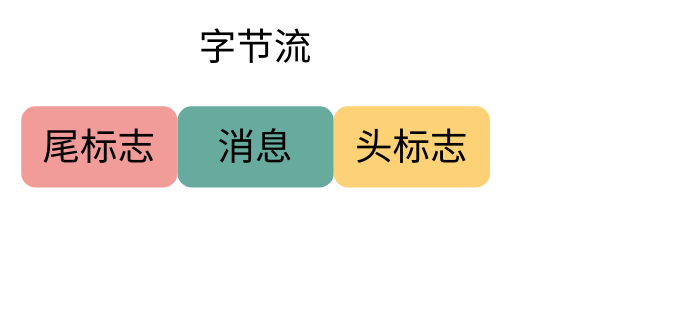
xiaobaiTech/image keeps this draw.io diagram as network/二进制字节流.drawio. Above is the earlier version. Source tidied: cells renumbered, new cells numbered last; positions are measured from the earlier drawing's top-left corner, leaving out a move shared by most shapes. Both pictures are drawn from the tidied source at 125%, with x=0, y=0 at pixel (24, 21).
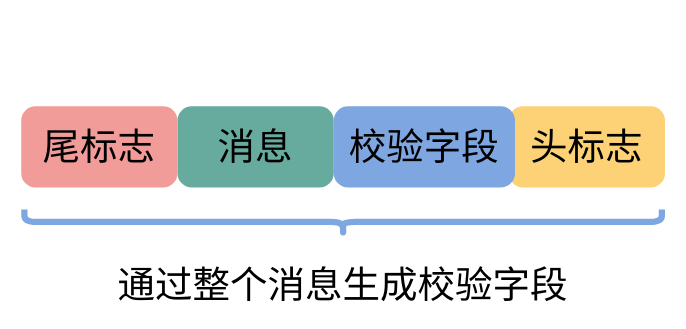
Above is the later version.

Commit message:
Update 二进制字节流.drawio

Change to the diagram source:
```diff
@@
 <mxGraphModel background="#ffffff">
   <root>
     <mxCell id="0" />
     <mxCell id="1" parent="0" />
-    <mxCell id="2" value="字节流" style="text;html=1;strokeColor=none;fillColor=none;align=center;verticalAlign=middle;whiteSpace=wrap;rounded=0;fontSize=30;" parent="1" vertex="1">
-      <mxGeometry x="110" width="150" height="40" as="geometry" />
-    </mxCell>
     <mxCell id="3" value="&lt;font style=&quot;font-size: 30px;&quot;&gt;消息&lt;/font&gt;" style="rounded=1;whiteSpace=wrap;html=1;strokeWidth=5;fontSize=30;strokeColor=#67AB9F;fillColor=#67AB9F;" parent="1" vertex="1">
       <mxGeometry x="125" y="70" width="120" height="60" as="geometry" />
     </mxCell>
     <mxCell id="4" value="&lt;font style=&quot;font-size: 30px&quot;&gt;头标志&lt;/font&gt;" style="rounded=1;whiteSpace=wrap;html=1;strokeWidth=5;fillColor=#FDD276;strokeColor=#FDD276;fontSize=30;" parent="1" vertex="1">
-      <mxGeometry x="250" y="70" width="120" height="60" as="geometry" />
+      <mxGeometry x="390" y="70" width="120" height="60" as="geometry" />
     </mxCell>
     <mxCell id="5" value="&lt;font style=&quot;font-size: 30px&quot;&gt;尾标志&lt;/font&gt;" style="rounded=1;whiteSpace=wrap;html=1;strokeWidth=5;fillColor=#F19C99;strokeColor=#F19C99;fontSize=30;" parent="1" vertex="1">
       <mxGeometry y="70" width="120" height="60" as="geometry" />
     </mxCell>
+    <mxCell id="6" value="&lt;font style=&quot;font-size: 30px&quot;&gt;校验字段&lt;/font&gt;" style="rounded=1;whiteSpace=wrap;html=1;strokeWidth=5;fontSize=30;fillColor=#7EA6E0;strokeColor=#7EA6E0;" parent="1" vertex="1">
+      <mxGeometry x="250" y="70" width="140" height="60" as="geometry" />
+    </mxCell>
+    <mxCell id="7" style="shape=curlyBracket;whiteSpace=wrap;html=1;rounded=1;strokeColor=#7EA6E0;strokeWidth=5;fillColor=#7EA6E0;fontSize=30;fontColor=#000000;direction=north;" parent="1" vertex="1">
+      <mxGeometry y="150" width="510" height="20" as="geometry" />
+    </mxCell>
+    <mxCell id="8" value="通过整个消息生成校验字段" style="text;html=1;strokeColor=none;fillColor=none;align=center;verticalAlign=middle;whiteSpace=wrap;rounded=0;fontSize=30;fontColor=#000000;" parent="1" vertex="1">
+      <mxGeometry x="40" y="200" width="430" height="20" as="geometry" />
+    </mxCell>
   </root>
 </mxGraphModel>
```
